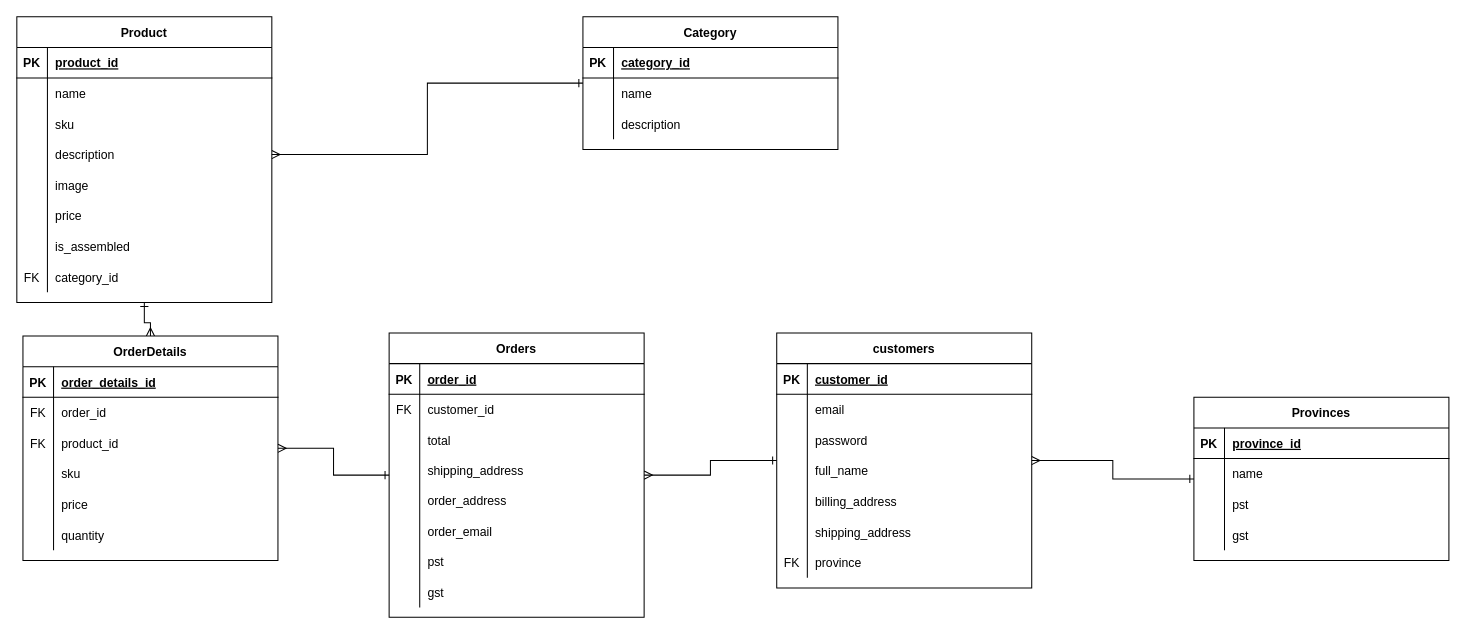
Earlier version of the draw.io diagram Untitled Diagram.drawio (jrogalka/PrairieKeyboards). Source tidied: cells renumbered, new cells numbered last; positions are measured from the earlier drawing's top-left corner, leaving out a move shared by most shapes. Both pictures are drawn from the tidied source at 102%, with x=0, y=0 at pixel (16, 16).
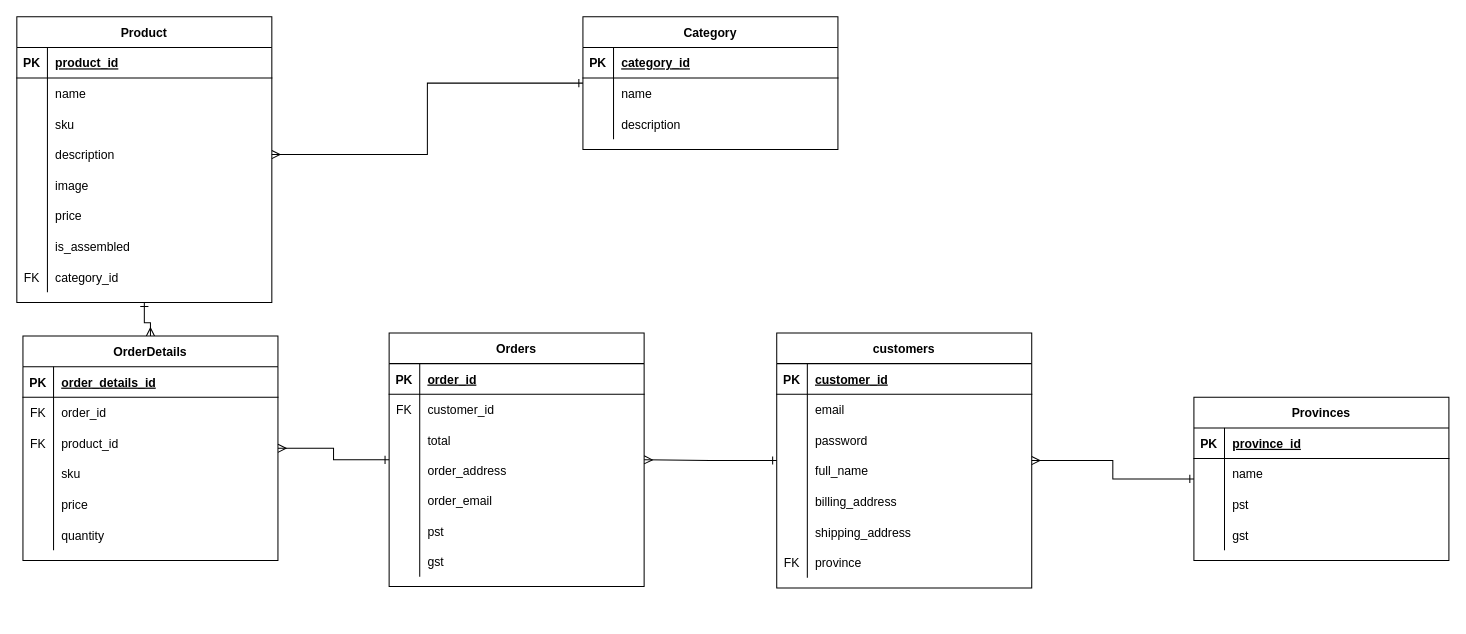
The same page after the edit.

Diff of the diagram source:
```diff
@@
     <mxCell id="43" value="Orders" style="shape=table;startSize=30;childLayout=tableLayout;rowLines=0;fontStyle=1;align=center;" parent="1" vertex="1">
-      <mxGeometry x="365" y="310" width="250" height="278.6" as="geometry" />
+      <mxGeometry x="365" y="310" width="250" height="248.6" as="geometry" />
     </mxCell>
@@
-    <mxCell id="53" style="shape=partialRectangle;fillColor=none;top=0;left=0;right=0;bottom=0;" parent="43" vertex="1">
-      <mxGeometry y="120" width="250" height="30" as="geometry" />
-    </mxCell>
-    <mxCell id="54" style="shape=partialRectangle;overflow=hidden;fillColor=none;top=0;left=0;bottom=0;right=0;" parent="53" vertex="1">
-      <mxGeometry width="30" height="30" as="geometry" />
-    </mxCell>
-    <mxCell id="55" value="shipping_address" style="shape=partialRectangle;overflow=hidden;fillColor=none;top=0;left=0;bottom=0;right=0;align=left;spacingLeft=6;" parent="53" vertex="1">
-      <mxGeometry x="30" width="220" height="30" as="geometry" />
-    </mxCell>
     <mxCell id="56" style="shape=partialRectangle;fillColor=none;top=0;left=0;right=0;bottom=0;" parent="43" vertex="1">
-      <mxGeometry y="150" width="250" height="29" as="geometry" />
+      <mxGeometry y="120" width="250" height="29" as="geometry" />
     </mxCell>
@@
     <mxCell id="59" style="shape=partialRectangle;fillColor=none;top=0;left=0;right=0;bottom=0;" parent="43" vertex="1">
-      <mxGeometry y="179" width="250" height="30" as="geometry" />
+      <mxGeometry y="149" width="250" height="30" as="geometry" />
     </mxCell>
@@
     <mxCell id="62" style="shape=partialRectangle;fillColor=none;top=0;left=0;right=0;bottom=0;" parent="43" vertex="1">
-      <mxGeometry y="209" width="250" height="30" as="geometry" />
+      <mxGeometry y="179" width="250" height="30" as="geometry" />
     </mxCell>
@@
     <mxCell id="65" style="shape=partialRectangle;fillColor=none;top=0;left=0;right=0;bottom=0;" parent="43" vertex="1">
-      <mxGeometry y="239" width="250" height="30" as="geometry" />
+      <mxGeometry y="209" width="250" height="30" as="geometry" />
     </mxCell>
```
